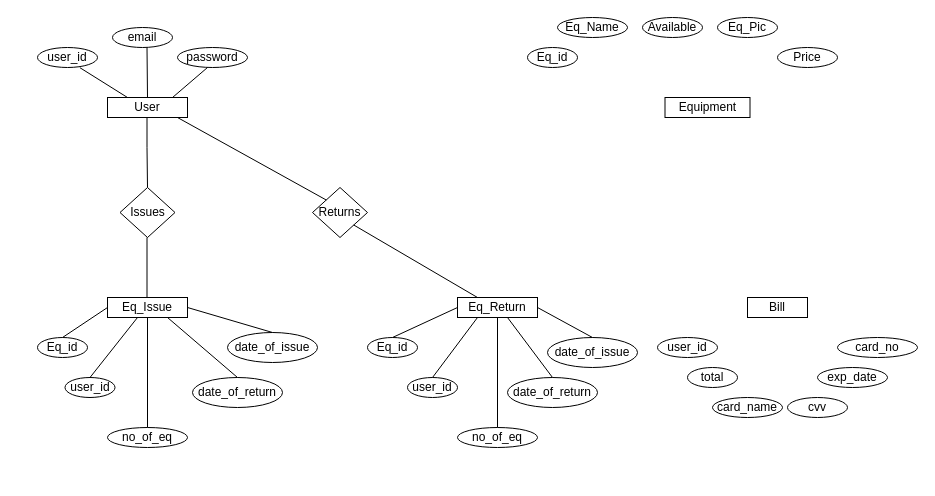
Before: ER Diagram.drawio in AmoolKul/dbms, a draw.io diagram. Source tidied: cells renumbered, new cells numbered last; positions are measured from the earlier drawing's top-left corner, leaving out a move shared by most shapes. Both pictures are drawn from the tidied source at 100%, with x=0, y=0 at pixel (37, 17).
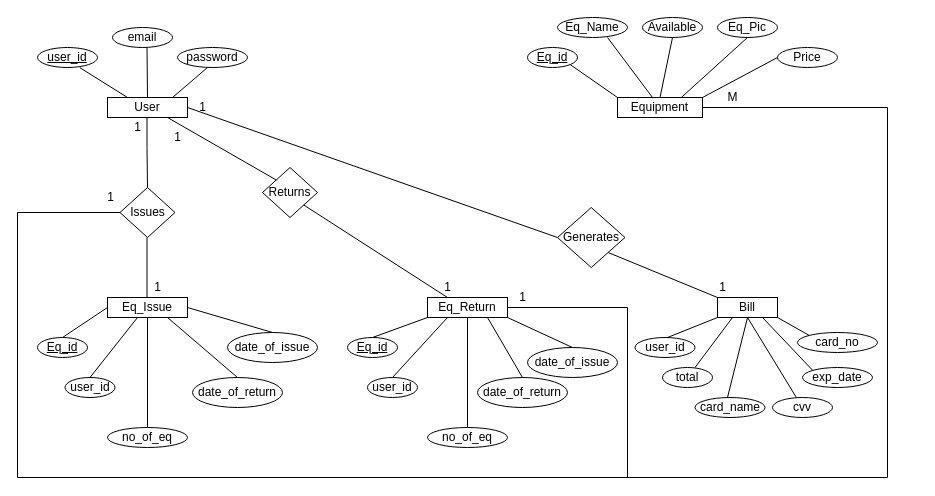
The same diagram, later.

The change refers to these unchanged cells:
```xml
<mxCell id="2" value="User" style="rounded=0;whiteSpace=wrap;html=1;" parent="1" vertex="1">
  <mxGeometry x="70" y="80" width="80" height="20" as="geometry" />
</mxCell>
<mxCell id="9" value="Available" style="ellipse;whiteSpace=wrap;html=1;" parent="1" vertex="1">
  <mxGeometry x="605" width="60" height="20" as="geometry" />
</mxCell>
<mxCell id="12" value="Issues" style="rhombus;whiteSpace=wrap;html=1;" parent="1" vertex="1">
  <mxGeometry x="82.5" y="170" width="55" height="50" as="geometry" />
</mxCell>
```

What changed in the source:
```diff
@@
-    <mxCell id="5" value="user_id" style="ellipse;whiteSpace=wrap;html=1;" parent="1" vertex="1">
+    <mxCell id="5" value="&lt;u&gt;user_id&lt;/u&gt;" style="ellipse;whiteSpace=wrap;html=1;" parent="1" vertex="1">
       <mxGeometry y="30" width="60" height="20" as="geometry" />
     </mxCell>
     <mxCell id="6" value="Equipment" style="rounded=0;whiteSpace=wrap;html=1;" parent="1" vertex="1">
-      <mxGeometry x="627.5" y="80" width="85" height="20" as="geometry" />
+      <mxGeometry x="580" y="80" width="85" height="20" as="geometry" />
     </mxCell>
-    <mxCell id="7" value="Eq_id" style="ellipse;whiteSpace=wrap;html=1;" parent="1" vertex="1">
+    <mxCell id="7" value="&lt;u&gt;Eq_id&lt;/u&gt;" style="ellipse;whiteSpace=wrap;html=1;" parent="1" vertex="1">
       <mxGeometry x="490" y="30" width="50" height="20" as="geometry" />
     </mxCell>
@@
-    <mxCell id="14" value="Eq_id" style="ellipse;whiteSpace=wrap;html=1;" parent="1" vertex="1">
+    <mxCell id="14" value="&lt;u&gt;Eq_id&lt;/u&gt;" style="ellipse;whiteSpace=wrap;html=1;" parent="1" vertex="1">
       <mxGeometry y="320" width="50" height="20" as="geometry" />
     </mxCell>
@@
     <mxCell id="19" value="Eq_Return" style="rounded=0;whiteSpace=wrap;html=1;" parent="1" vertex="1">
-      <mxGeometry x="420" y="280" width="80" height="20" as="geometry" />
+      <mxGeometry x="390" y="280" width="80" height="20" as="geometry" />
     </mxCell>
-    <mxCell id="20" value="Eq_id" style="ellipse;whiteSpace=wrap;html=1;" parent="1" vertex="1">
-      <mxGeometry x="330" y="320" width="50" height="20" as="geometry" />
+    <mxCell id="20" value="&lt;u&gt;Eq_id&lt;/u&gt;" style="ellipse;whiteSpace=wrap;html=1;" parent="1" vertex="1">
+      <mxGeometry x="310" y="320" width="50" height="20" as="geometry" />
     </mxCell>
     <mxCell id="21" value="user_id" style="ellipse;whiteSpace=wrap;html=1;" parent="1" vertex="1">
-      <mxGeometry x="370" y="360" width="50" height="20" as="geometry" />
+      <mxGeometry x="330" y="360" width="50" height="20" as="geometry" />
     </mxCell>
     <mxCell id="22" value="no_of_eq" style="ellipse;whiteSpace=wrap;html=1;" parent="1" vertex="1">
-      <mxGeometry x="420" y="410" width="80" height="20" as="geometry" />
+      <mxGeometry x="390" y="410" width="80" height="20" as="geometry" />
     </mxCell>
     <mxCell id="23" value="date_of_return" style="ellipse;whiteSpace=wrap;html=1;" parent="1" vertex="1">
-      <mxGeometry x="470" y="360" width="90" height="30" as="geometry" />
+      <mxGeometry x="440" y="360" width="90" height="30" as="geometry" />
     </mxCell>
     <mxCell id="24" value="date_of_issue" style="ellipse;whiteSpace=wrap;html=1;" parent="1" vertex="1">
-      <mxGeometry x="510" y="320" width="90" height="30" as="geometry" />
+      <mxGeometry x="490" y="330" width="90" height="30" as="geometry" />
     </mxCell>
     <mxCell id="25" value="Returns" style="rhombus;whiteSpace=wrap;html=1;" parent="1" vertex="1">
-      <mxGeometry x="275" y="170" width="55" height="50" as="geometry" />
+      <mxGeometry x="225" y="150" width="55" height="50" as="geometry" />
     </mxCell>
     <mxCell id="26" value="Bill" style="rounded=0;whiteSpace=wrap;html=1;" parent="1" vertex="1">
-      <mxGeometry x="710" y="280" width="60" height="20" as="geometry" />
+      <mxGeometry x="680" y="280" width="60" height="20" as="geometry" />
     </mxCell>
     <mxCell id="27" value="user_id" style="ellipse;whiteSpace=wrap;html=1;" parent="1" vertex="1">
-      <mxGeometry x="620" y="320" width="60" height="20" as="geometry" />
+      <mxGeometry x="597.5" y="320" width="60" height="20" as="geometry" />
     </mxCell>
     <mxCell id="28" value="total" style="ellipse;whiteSpace=wrap;html=1;" parent="1" vertex="1">
-      <mxGeometry x="650" y="350" width="50" height="20" as="geometry" />
+      <mxGeometry x="625" y="350" width="50" height="20" as="geometry" />
     </mxCell>
     <mxCell id="29" value="card_no" style="ellipse;whiteSpace=wrap;html=1;" parent="1" vertex="1">
-      <mxGeometry x="800" y="320" width="80" height="20" as="geometry" />
+      <mxGeometry x="760" y="315" width="80" height="20" as="geometry" />
     </mxCell>
     <mxCell id="30" value="card_name" style="ellipse;whiteSpace=wrap;html=1;" parent="1" vertex="1">
-      <mxGeometry x="675" y="380" width="70" height="20" as="geometry" />
+      <mxGeometry x="657.5" y="380" width="70" height="20" as="geometry" />
     </mxCell>
     <mxCell id="31" value="exp_date" style="ellipse;whiteSpace=wrap;html=1;" parent="1" vertex="1">
-      <mxGeometry x="780" y="350" width="70" height="20" as="geometry" />
+      <mxGeometry x="765" y="350" width="70" height="20" as="geometry" />
     </mxCell>
     <mxCell id="32" value="cvv" style="ellipse;whiteSpace=wrap;html=1;" parent="1" vertex="1">
-      <mxGeometry x="750" y="380" width="60" height="20" as="geometry" />
+      <mxGeometry x="735" y="380" width="60" height="20" as="geometry" />
     </mxCell>
@@
-    <mxCell id="43" style="endArrow=none;html=1;rounded=0;exitX=0;exitY=0;exitDx=0;exitDy=0;" parent="1" edge="1" source="25">
-      <mxGeometry relative="1" as="geometry">
-        <mxPoint x="140" y="100" as="targetPoint" />
-      </mxGeometry>
+    <mxCell id="43" style="endArrow=none;html=1;rounded=0;exitX=0;exitY=0;exitDx=0;exitDy=0;entryX=0.75;entryY=1;entryDx=0;entryDy=0;" parent="1" edge="1" source="25" target="2">
+      <mxGeometry relative="1" as="geometry" />
     </mxCell>
@@
-    <mxCell id="45" style="endArrow=none;html=1;rounded=0;exitX=0.5;exitY=0;exitDx=0;exitDy=0;" parent="1" edge="1" source="20">
-      <mxGeometry relative="1" as="geometry">
-        <mxPoint x="420" y="290" as="targetPoint" />
-      </mxGeometry>
+    <mxCell id="45" style="endArrow=none;html=1;rounded=0;exitX=0.5;exitY=0;exitDx=0;exitDy=0;entryX=0;entryY=1;entryDx=0;entryDy=0;" parent="1" edge="1" source="20" target="19">
+      <mxGeometry relative="1" as="geometry" />
     </mxCell>
-    <mxCell id="46" style="endArrow=none;html=1;rounded=0;exitX=0.5;exitY=0;exitDx=0;exitDy=0;" parent="1" edge="1" source="21">
-      <mxGeometry relative="1" as="geometry">
-        <mxPoint x="440" y="300" as="targetPoint" />
-      </mxGeometry>
+    <mxCell id="46" style="endArrow=none;html=1;rounded=0;exitX=0.5;exitY=0;exitDx=0;exitDy=0;entryX=0.25;entryY=1;entryDx=0;entryDy=0;" parent="1" edge="1" source="21" target="19">
+      <mxGeometry relative="1" as="geometry" />
     </mxCell>
@@
-    <mxCell id="48" style="endArrow=none;html=1;rounded=0;exitX=0.5;exitY=0;exitDx=0;exitDy=0;" parent="1" edge="1" source="23">
-      <mxGeometry relative="1" as="geometry">
-        <mxPoint x="470" y="300" as="targetPoint" />
-      </mxGeometry>
+    <mxCell id="48" style="endArrow=none;html=1;rounded=0;exitX=0.5;exitY=0;exitDx=0;exitDy=0;entryX=0.75;entryY=1;entryDx=0;entryDy=0;" parent="1" edge="1" source="23" target="19">
+      <mxGeometry relative="1" as="geometry" />
     </mxCell>
-    <mxCell id="49" style="endArrow=none;html=1;rounded=0;exitX=0.5;exitY=0;exitDx=0;exitDy=0;" parent="1" edge="1" source="24">
-      <mxGeometry relative="1" as="geometry">
-        <mxPoint x="500" y="290" as="targetPoint" />
-      </mxGeometry>
+    <mxCell id="49" style="endArrow=none;html=1;rounded=0;exitX=0.5;exitY=0;exitDx=0;exitDy=0;entryX=1;entryY=1;entryDx=0;entryDy=0;" parent="1" edge="1" source="24" target="19">
+      <mxGeometry relative="1" as="geometry" />
     </mxCell>
+    <mxCell id="50" style="endArrow=none;html=1;rounded=0;exitX=0;exitY=0;exitDx=0;exitDy=0;entryX=1;entryY=1;entryDx=0;entryDy=0;" parent="1" edge="1" source="6" target="7">
+      <mxGeometry relative="1" as="geometry" />
+    </mxCell>
+    <mxCell id="51" style="endArrow=none;html=1;rounded=0;" parent="1" edge="1" source="6">
+      <mxGeometry relative="1" as="geometry">
+        <mxPoint x="570" y="20" as="targetPoint" />
+      </mxGeometry>
+    </mxCell>
+    <mxCell id="52" style="endArrow=none;html=1;rounded=0;entryX=0.5;entryY=1;entryDx=0;entryDy=0;exitX=0.5;exitY=0;exitDx=0;exitDy=0;" parent="1" edge="1" source="6" target="9">
+      <mxGeometry relative="1" as="geometry" />
+    </mxCell>
+    <mxCell id="53" style="endArrow=none;html=1;rounded=0;exitX=0.75;exitY=0;exitDx=0;exitDy=0;" parent="1" edge="1" source="6">
+      <mxGeometry relative="1" as="geometry">
+        <mxPoint x="710" y="20" as="targetPoint" />
+      </mxGeometry>
+    </mxCell>
+    <mxCell id="54" style="endArrow=none;html=1;rounded=0;exitX=1;exitY=0;exitDx=0;exitDy=0;" parent="1" edge="1" source="6">
+      <mxGeometry relative="1" as="geometry">
+        <mxPoint x="740" y="40" as="targetPoint" />
+      </mxGeometry>
+    </mxCell>
+    <mxCell id="55" value="Generates" style="rhombus;whiteSpace=wrap;html=1;" parent="1" vertex="1">
+      <mxGeometry x="520" y="190" width="67.5" height="60" as="geometry" />
+    </mxCell>
+    <mxCell id="56" style="endArrow=none;html=1;rounded=0;entryX=0;entryY=0.5;entryDx=0;entryDy=0;exitX=1;exitY=0.5;exitDx=0;exitDy=0;" parent="1" edge="1" source="2" target="55">
+      <mxGeometry relative="1" as="geometry" />
+    </mxCell>
+    <mxCell id="57" style="endArrow=none;html=1;rounded=0;exitX=0;exitY=0;exitDx=0;exitDy=0;entryX=1;entryY=1;entryDx=0;entryDy=0;" parent="1" edge="1" source="26" target="55">
+      <mxGeometry relative="1" as="geometry" />
+    </mxCell>
+    <mxCell id="58" style="endArrow=none;html=1;rounded=0;entryX=0;entryY=1;entryDx=0;entryDy=0;" parent="1" edge="1" target="26">
+      <mxGeometry relative="1" as="geometry">
+        <mxPoint x="630" y="320" as="sourcePoint" />
+      </mxGeometry>
+    </mxCell>
+    <mxCell id="59" style="endArrow=none;html=1;rounded=0;entryX=0.25;entryY=1;entryDx=0;entryDy=0;" parent="1" edge="1" target="26">
+      <mxGeometry relative="1" as="geometry">
+        <mxPoint x="657.5" y="350" as="sourcePoint" />
+      </mxGeometry>
+    </mxCell>
+    <mxCell id="60" style="endArrow=none;html=1;rounded=0;entryX=0.5;entryY=1;entryDx=0;entryDy=0;" parent="1" edge="1" target="26">
+      <mxGeometry relative="1" as="geometry">
+        <mxPoint x="690" y="380" as="sourcePoint" />
+      </mxGeometry>
+    </mxCell>
+    <mxCell id="61" style="endArrow=none;html=1;rounded=0;entryX=0.5;entryY=1;entryDx=0;entryDy=0;" parent="1" edge="1" source="32" target="26">
+      <mxGeometry relative="1" as="geometry" />
+    </mxCell>
+    <mxCell id="62" style="endArrow=none;html=1;rounded=0;exitX=0;exitY=0;exitDx=0;exitDy=0;entryX=0.75;entryY=1;entryDx=0;entryDy=0;" parent="1" edge="1" source="31" target="26">
+      <mxGeometry relative="1" as="geometry" />
+    </mxCell>
+    <mxCell id="63" style="endArrow=none;html=1;rounded=0;exitX=0;exitY=0;exitDx=0;exitDy=0;" parent="1" edge="1" source="29">
+      <mxGeometry relative="1" as="geometry">
+        <mxPoint x="740" y="300" as="targetPoint" />
+      </mxGeometry>
+    </mxCell>
+    <mxCell id="64" style="endArrow=none;html=1;rounded=0;entryX=0;entryY=0.5;entryDx=0;entryDy=0;" parent="1" edge="1" target="12">
+      <mxGeometry relative="1" as="geometry">
+        <mxPoint x="-20" y="195" as="sourcePoint" />
+      </mxGeometry>
+    </mxCell>
+    <mxCell id="65" style="endArrow=none;html=1;rounded=0;" parent="1" edge="1">
+      <mxGeometry relative="1" as="geometry">
+        <mxPoint x="-20" y="460" as="sourcePoint" />
+        <mxPoint x="-20" y="195" as="targetPoint" />
+      </mxGeometry>
+    </mxCell>
+    <mxCell id="66" style="endArrow=none;html=1;rounded=0;" parent="1" edge="1">
+      <mxGeometry relative="1" as="geometry">
+        <mxPoint x="850" y="460" as="sourcePoint" />
+        <mxPoint x="-20" y="460" as="targetPoint" />
+      </mxGeometry>
+    </mxCell>
+    <mxCell id="67" style="endArrow=none;html=1;rounded=0;" parent="1" edge="1">
+      <mxGeometry relative="1" as="geometry">
+        <mxPoint x="470" y="290" as="sourcePoint" />
+        <mxPoint x="590" y="290" as="targetPoint" />
+      </mxGeometry>
+    </mxCell>
+    <mxCell id="68" style="endArrow=none;html=1;rounded=0;" parent="1" edge="1">
+      <mxGeometry relative="1" as="geometry">
+        <mxPoint x="590" y="460" as="sourcePoint" />
+        <mxPoint x="590" y="290" as="targetPoint" />
+      </mxGeometry>
+    </mxCell>
+    <mxCell id="69" style="endArrow=none;html=1;rounded=0;" parent="1" edge="1">
+      <mxGeometry relative="1" as="geometry">
+        <mxPoint x="850" y="460" as="sourcePoint" />
+        <mxPoint x="850" y="90" as="targetPoint" />
+      </mxGeometry>
+    </mxCell>
+    <mxCell id="70" style="endArrow=none;html=1;rounded=0;exitX=1;exitY=0.5;exitDx=0;exitDy=0;" parent="1" edge="1" source="6">
+      <mxGeometry relative="1" as="geometry">
+        <mxPoint x="850" y="90" as="targetPoint" />
+      </mxGeometry>
+    </mxCell>
+    <mxCell id="71" value="M" style="text;html=1;align=center;verticalAlign=middle;strokeColor=none;fillColor=none;" parent="1" vertex="1">
+      <mxGeometry x="680" y="70" width="30" height="20" as="geometry" />
+    </mxCell>
+    <mxCell id="72" value="1" style="text;html=1;align=center;verticalAlign=middle;strokeColor=none;fillColor=none;" parent="1" vertex="1">
+      <mxGeometry x="675" y="260" width="20" height="20" as="geometry" />
+    </mxCell>
+    <mxCell id="73" value="1" style="text;html=1;align=center;verticalAlign=middle;strokeColor=none;fillColor=none;" parent="1" vertex="1">
+      <mxGeometry x="155" y="80" width="20" height="20" as="geometry" />
+    </mxCell>
+    <mxCell id="74" value="1" style="text;html=1;align=center;verticalAlign=middle;strokeColor=none;fillColor=none;" parent="1" vertex="1">
+      <mxGeometry x="90" y="100" width="20" height="20" as="geometry" />
+    </mxCell>
+    <mxCell id="75" value="1" style="text;html=1;align=center;verticalAlign=middle;strokeColor=none;fillColor=none;" parent="1" vertex="1">
+      <mxGeometry x="110" y="260" width="20" height="20" as="geometry" />
+    </mxCell>
+    <mxCell id="76" value="1" style="text;html=1;align=center;verticalAlign=middle;strokeColor=none;fillColor=none;" parent="1" vertex="1">
+      <mxGeometry x="400" y="260" width="20" height="20" as="geometry" />
+    </mxCell>
+    <mxCell id="77" value="1" style="text;html=1;align=center;verticalAlign=middle;strokeColor=none;fillColor=none;" parent="1" vertex="1">
+      <mxGeometry x="130" y="110" width="20" height="20" as="geometry" />
+    </mxCell>
+    <mxCell id="78" value="1" style="text;html=1;align=center;verticalAlign=middle;strokeColor=none;fillColor=none;" parent="1" vertex="1">
+      <mxGeometry x="475" y="270" width="20" height="20" as="geometry" />
+    </mxCell>
+    <mxCell id="79" value="1" style="text;html=1;align=center;verticalAlign=middle;strokeColor=none;fillColor=none;" parent="1" vertex="1">
+      <mxGeometry x="62.5" y="170" width="20" height="20" as="geometry" />
+    </mxCell>
```
